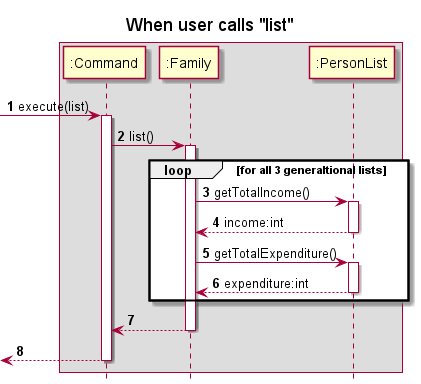
The PlantUML diagram docs/images/PersonStep4.png in nus-cs2113-AY2122S2/tp, before a commit.
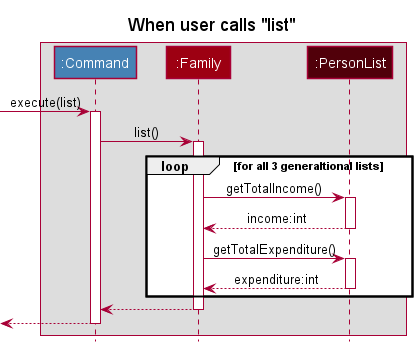
After the change.

The edit, as a diff of the source:
```diff
@@ -1,13 +1,13 @@
 @startuml
-autonumber
-hide footbox
+
+!include style.puml
 
 title When user calls "list"
 
 box
-participant ":Command" as Command
-participant ":Family" as Family
-participant ":PersonList" as PersonList
+participant ":Command" as Command COMMAND_COLOR
+participant ":Family" as Family MODEL_COLOR
+participant ":PersonList" as PersonList MODEL_COLOR_T3
 
 [-> Command : execute(list)
 activate Command
```
